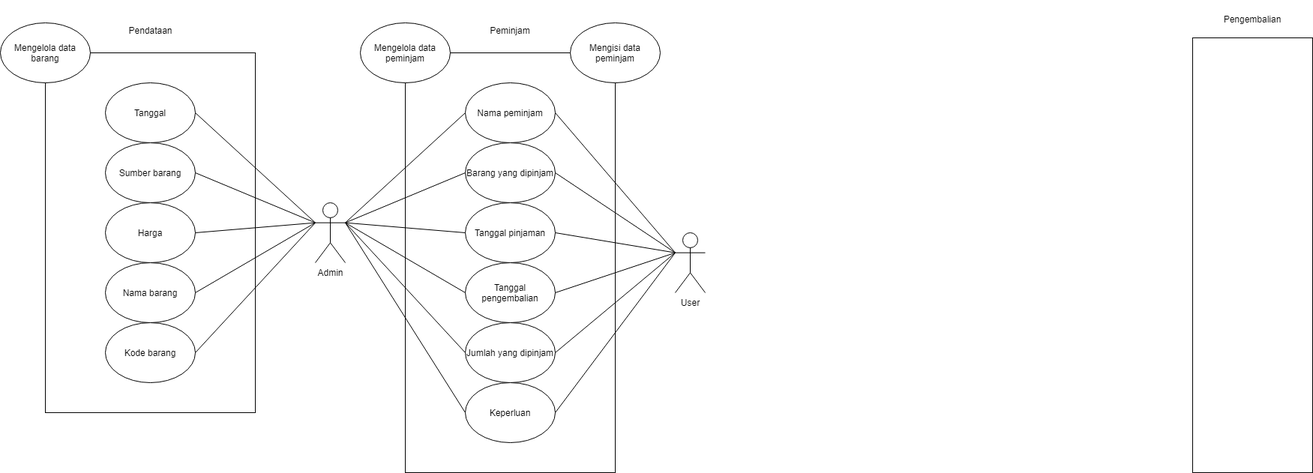
johannfac/aplikasipeminjamanaset keeps this draw.io diagram as diagrams/Use Case Diagram.drawio.png. Above is the earlier version. Source tidied: cells renumbered, new cells last; positions are measured from the earlier drawing's top-left corner, leaving out a move shared by most shapes.
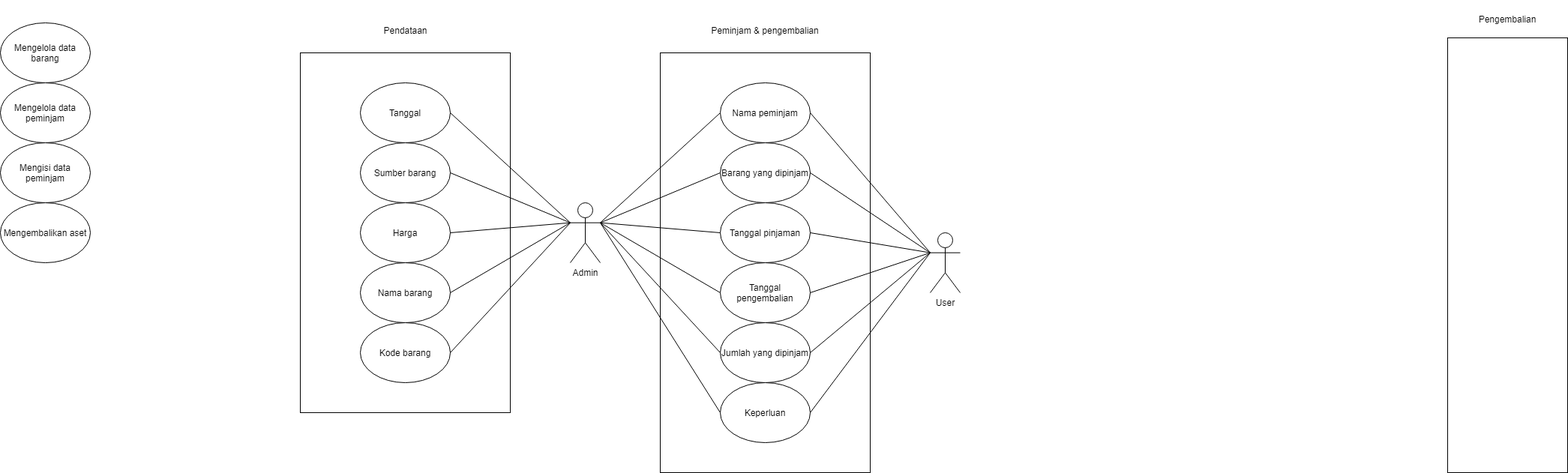
The same diagram one commit later.

The edit, as a diff of the source:
```diff
@@ -9,7 +9,7 @@
       <mxGeometry x="60" y="70" width="280" height="480" as="geometry" />
     </mxCell>
     <mxCell id="4" value="Mengelola data barang" style="ellipse;whiteSpace=wrap;html=1;" parent="1" vertex="1">
-      <mxGeometry y="30" width="120" height="80" as="geometry" />
+      <mxGeometry x="-340" y="30" width="120" height="80" as="geometry" />
     </mxCell>
     <mxCell id="5" value="Tanggal" style="ellipse;whiteSpace=wrap;html=1;" parent="1" vertex="1">
       <mxGeometry x="140" y="110" width="120" height="80" as="geometry" />
@@ -57,7 +57,7 @@
       <mxGeometry relative="1" as="geometry" />
     </mxCell>
     <mxCell id="20" value="Mengelola data peminjam" style="ellipse;whiteSpace=wrap;html=1;" parent="1" vertex="1">
-      <mxGeometry x="480" y="30" width="120" height="80" as="geometry" />
+      <mxGeometry x="-340" y="110" width="120" height="80" as="geometry" />
     </mxCell>
     <mxCell id="21" style="edgeStyle=none;rounded=0;jettySize=auto;html=1;exitX=0;exitY=0.3333333333333333;exitDx=0;exitDy=0;exitPerimeter=0;entryX=1;entryY=0.5;entryDx=0;entryDy=0;endArrow=none;endFill=0;" parent="1" edge="1" source="16" target="10">
       <mxGeometry relative="1" as="geometry" />
@@ -69,7 +69,7 @@
       <mxGeometry relative="1" as="geometry" />
     </mxCell>
     <mxCell id="24" value="Mengisi data peminjam" style="ellipse;whiteSpace=wrap;html=1;" parent="1" vertex="1">
-      <mxGeometry x="760" y="30" width="120" height="80" as="geometry" />
+      <mxGeometry x="-340" y="190" width="120" height="80" as="geometry" />
     </mxCell>
     <mxCell id="25" style="edgeStyle=none;rounded=0;jettySize=auto;html=1;exitX=1;exitY=0.3333333333333333;exitDx=0;exitDy=0;exitPerimeter=0;entryX=0;entryY=0.5;entryDx=0;entryDy=0;endArrow=none;endFill=0;" parent="1" edge="1" source="16" target="30">
       <mxGeometry relative="1" as="geometry" />
@@ -128,11 +128,14 @@
     <mxCell id="43" value="User" style="shape=umlActor;verticalLabelPosition=bottom;verticalAlign=top;html=1;outlineConnect=0;" parent="1" vertex="1">
       <mxGeometry x="900" y="310" width="40" height="80" as="geometry" />
     </mxCell>
-    <mxCell id="44" value="Peminjam" style="text;html=1;strokeColor=none;fillColor=none;align=center;verticalAlign=middle;whiteSpace=wrap;rounded=0;" parent="1" vertex="1">
-      <mxGeometry x="650" y="25" width="60" height="30" as="geometry" />
+    <mxCell id="44" value="Peminjam &amp;amp; pengembalian" style="text;html=1;strokeColor=none;fillColor=none;align=center;verticalAlign=middle;whiteSpace=wrap;rounded=0;" parent="1" vertex="1">
+      <mxGeometry x="600" y="30" width="160" height="20" as="geometry" />
     </mxCell>
     <mxCell id="45" style="rounded=0;whiteSpace=wrap;html=1;" parent="1" vertex="1">
       <mxGeometry x="1590" y="50" width="160" height="580" as="geometry" />
     </mxCell>
+    <mxCell id="46" value="Mengembalikan aset" style="ellipse;whiteSpace=wrap;html=1;" parent="1" vertex="1">
+      <mxGeometry x="-340" y="270" width="120" height="80" as="geometry" />
+    </mxCell>
   </root>
 </mxGraphModel>
```
